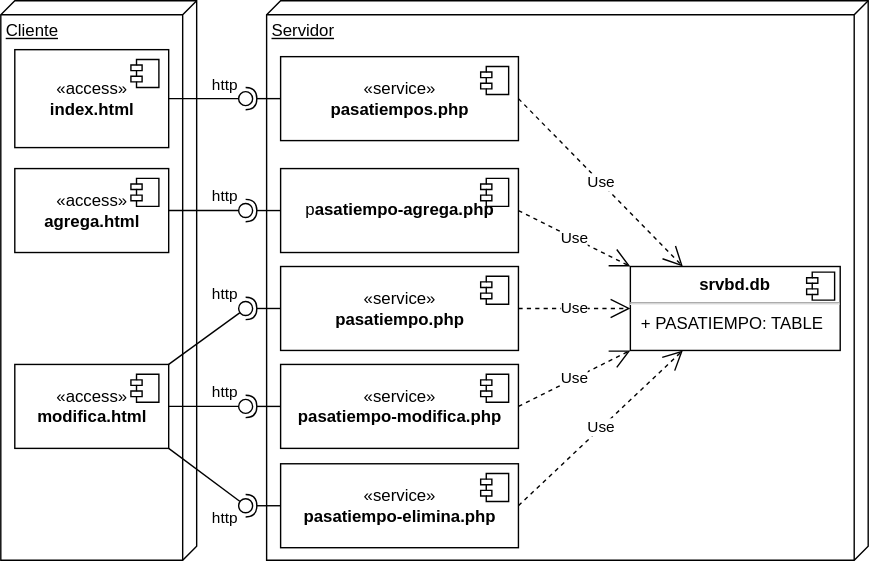
Before: img/m13bd/bddistribucion.drawio.svg, a diagram exported from draw.io (gilpgawoas/gilpgawoas.github.io). Source tidied: cells renumbered, new cells last; positions are measured from the earlier drawing's top-left corner, leaving out a move shared by most shapes.
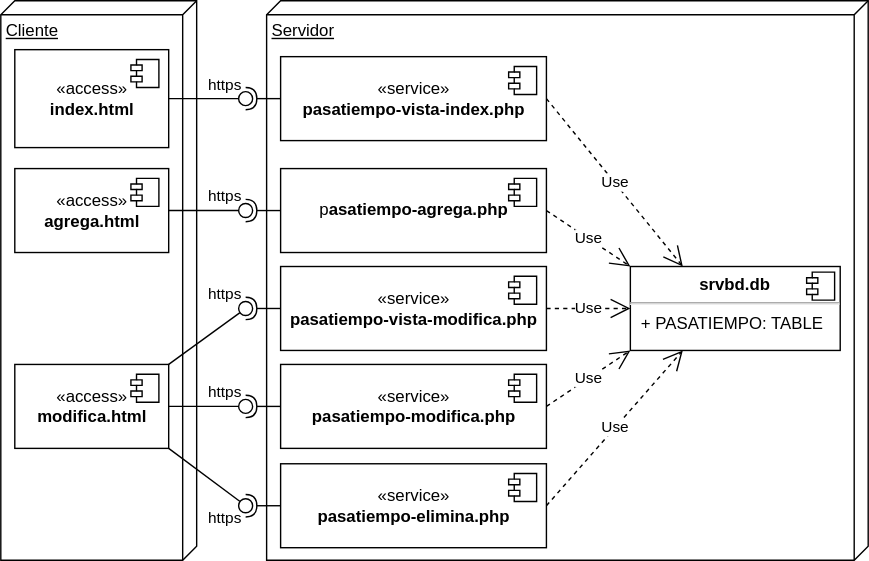
The same diagram one commit later.

Diff of the diagram source:
```diff
@@ -16,8 +16,8 @@
     <mxCell id="5" value="Servidor" style="verticalAlign=top;align=left;spacingTop=8;spacingLeft=2;spacingRight=12;shape=cube;size=10;direction=south;fontStyle=4;html=1;" parent="1" vertex="1">
       <mxGeometry x="190" width="430" height="400" as="geometry" />
     </mxCell>
-    <mxCell id="6" value="«service»&lt;br&gt;&lt;b&gt;pasatiempos.php&lt;/b&gt;" style="html=1;" parent="1" vertex="1">
-      <mxGeometry x="200" y="40" width="170" height="60" as="geometry" />
+    <mxCell id="6" value="«service»&lt;br&gt;&lt;b&gt;pasatiempo-vista-index.php&lt;/b&gt;" style="html=1;" parent="1" vertex="1">
+      <mxGeometry x="200" y="40" width="190" height="60" as="geometry" />
     </mxCell>
     <mxCell id="7" style="shape=module;jettyWidth=8;jettyHeight=4;" parent="6" vertex="1">
       <mxGeometry x="1" width="20" height="20" relative="1" as="geometry">
@@ -61,15 +61,15 @@
       </mxGeometry>
     </mxCell>
     <mxCell id="18" value="p&lt;b&gt;asatiempo-agrega.php&lt;/b&gt;" style="html=1;" parent="1" vertex="1">
-      <mxGeometry x="200" y="120" width="170" height="60" as="geometry" />
+      <mxGeometry x="200" y="120" width="190" height="60" as="geometry" />
     </mxCell>
     <mxCell id="19" style="shape=module;jettyWidth=8;jettyHeight=4;" parent="18" vertex="1">
       <mxGeometry x="1" width="20" height="20" relative="1" as="geometry">
         <mxPoint x="-27" y="7" as="offset" />
       </mxGeometry>
     </mxCell>
-    <mxCell id="20" value="«service»&lt;br&gt;&lt;b&gt;pasatiempo.php&lt;/b&gt;" style="html=1;" parent="1" vertex="1">
-      <mxGeometry x="200" y="190" width="170" height="60" as="geometry" />
+    <mxCell id="20" value="«service»&lt;br&gt;&lt;b&gt;pasatiempo-vista-modifica.php&lt;/b&gt;" style="html=1;" parent="1" vertex="1">
+      <mxGeometry x="200" y="190" width="190" height="60" as="geometry" />
     </mxCell>
     <mxCell id="21" style="shape=module;jettyWidth=8;jettyHeight=4;" parent="20" vertex="1">
       <mxGeometry x="1" width="20" height="20" relative="1" as="geometry">
@@ -77,7 +77,7 @@
       </mxGeometry>
     </mxCell>
     <mxCell id="22" value="«service»&lt;br&gt;&lt;b&gt;pasatiempo-modifica.php&lt;/b&gt;" style="html=1;" parent="1" vertex="1">
-      <mxGeometry x="200" y="260" width="170" height="60" as="geometry" />
+      <mxGeometry x="200" y="260" width="190" height="60" as="geometry" />
     </mxCell>
     <mxCell id="23" style="shape=module;jettyWidth=8;jettyHeight=4;" parent="22" vertex="1">
       <mxGeometry x="1" width="20" height="20" relative="1" as="geometry">
@@ -85,7 +85,7 @@
       </mxGeometry>
     </mxCell>
     <mxCell id="24" value="«service»&lt;br&gt;&lt;b&gt;pasatiempo-elimina.php&lt;/b&gt;" style="html=1;" parent="1" vertex="1">
-      <mxGeometry x="200" y="331" width="170" height="60" as="geometry" />
+      <mxGeometry x="200" y="331" width="190" height="60" as="geometry" />
     </mxCell>
     <mxCell id="25" style="shape=module;jettyWidth=8;jettyHeight=4;" parent="24" vertex="1">
       <mxGeometry x="1" width="20" height="20" relative="1" as="geometry">
@@ -95,7 +95,7 @@
     <mxCell id="26" value="Use" style="endArrow=open;endSize=12;dashed=1;html=1;rounded=0;exitX=1;exitY=0.5;exitDx=0;exitDy=0;entryX=0.25;entryY=0;entryDx=0;entryDy=0;" parent="1" edge="1" source="6" target="10">
       <mxGeometry relative="1" as="geometry" />
     </mxCell>
-    <mxCell id="27" value="http" style="rounded=0;jettySize=auto;html=1;endArrow=none;endFill=0;sketch=0;sourcePerimeterSpacing=0;targetPerimeterSpacing=0;exitX=1;exitY=0;exitDx=0;exitDy=0;" parent="1" edge="1" source="16" target="29">
+    <mxCell id="27" value="https" style="rounded=0;jettySize=auto;html=1;endArrow=none;endFill=0;sketch=0;sourcePerimeterSpacing=0;targetPerimeterSpacing=0;exitX=1;exitY=0;exitDx=0;exitDy=0;" parent="1" edge="1" source="16" target="29">
       <mxGeometry x="0.96" y="17" relative="1" as="geometry" />
     </mxCell>
     <mxCell id="28" style="rounded=0;jettySize=auto;html=1;endArrow=halfCircle;endFill=0;entryX=0.5;entryY=0.5;endSize=6;strokeWidth=1;sketch=0;exitX=0;exitY=0.5;exitDx=0;exitDy=0;" parent="1" edge="1" source="20" target="29">
@@ -104,7 +104,7 @@
     <mxCell id="29" style="ellipse;whiteSpace=wrap;html=1;align=center;points=[];outlineConnect=0;sketch=0;" parent="1" vertex="1">
       <mxGeometry x="170" y="215" width="10" height="10" as="geometry" />
     </mxCell>
-    <mxCell id="30" value="http" style="rounded=0;jettySize=auto;html=1;endArrow=none;endFill=0;sketch=0;sourcePerimeterSpacing=0;targetPerimeterSpacing=0;exitX=1;exitY=0.5;exitDx=0;exitDy=0;" parent="1" edge="1" source="16" target="32">
+    <mxCell id="30" value="https" style="rounded=0;jettySize=auto;html=1;endArrow=none;endFill=0;sketch=0;sourcePerimeterSpacing=0;targetPerimeterSpacing=0;exitX=1;exitY=0.5;exitDx=0;exitDy=0;" parent="1" edge="1" source="16" target="32">
       <mxGeometry x="0.6" y="10" relative="1" as="geometry" />
     </mxCell>
     <mxCell id="31" style="rounded=0;jettySize=auto;html=1;endArrow=halfCircle;endFill=0;entryX=0.5;entryY=0.5;endSize=6;strokeWidth=1;sketch=0;exitX=0;exitY=0.5;exitDx=0;exitDy=0;" parent="1" edge="1" source="22" target="32">
@@ -113,7 +113,7 @@
     <mxCell id="32" style="ellipse;whiteSpace=wrap;html=1;align=center;points=[];outlineConnect=0;sketch=0;" parent="1" vertex="1">
       <mxGeometry x="170" y="285" width="10" height="10" as="geometry" />
     </mxCell>
-    <mxCell id="33" value="http" style="rounded=0;jettySize=auto;html=1;endArrow=none;endFill=0;sketch=0;sourcePerimeterSpacing=0;targetPerimeterSpacing=0;exitX=1;exitY=1;exitDx=0;exitDy=0;" parent="1" edge="1" source="16" target="35">
+    <mxCell id="33" value="https" style="rounded=0;jettySize=auto;html=1;endArrow=none;endFill=0;sketch=0;sourcePerimeterSpacing=0;targetPerimeterSpacing=0;exitX=1;exitY=1;exitDx=0;exitDy=0;" parent="1" edge="1" source="16" target="35">
       <mxGeometry x="0.95" y="-16" relative="1" as="geometry" />
     </mxCell>
     <mxCell id="34" style="rounded=0;jettySize=auto;html=1;endArrow=halfCircle;endFill=0;entryX=0.5;entryY=0.5;endSize=6;strokeWidth=1;sketch=0;exitX=0;exitY=0.5;exitDx=0;exitDy=0;" parent="1" edge="1" source="24" target="35">
@@ -122,7 +122,7 @@
     <mxCell id="35" style="ellipse;whiteSpace=wrap;html=1;align=center;points=[];outlineConnect=0;sketch=0;" parent="1" vertex="1">
       <mxGeometry x="170" y="356" width="10" height="10" as="geometry" />
     </mxCell>
-    <mxCell id="36" value="http" style="rounded=0;jettySize=auto;html=1;endArrow=none;endFill=0;sketch=0;sourcePerimeterSpacing=0;targetPerimeterSpacing=0;exitX=1;exitY=0.5;exitDx=0;exitDy=0;" parent="1" edge="1" source="14" target="38">
+    <mxCell id="36" value="https" style="rounded=0;jettySize=auto;html=1;endArrow=none;endFill=0;sketch=0;sourcePerimeterSpacing=0;targetPerimeterSpacing=0;exitX=1;exitY=0.5;exitDx=0;exitDy=0;" parent="1" edge="1" source="14" target="38">
       <mxGeometry x="0.6" y="10" relative="1" as="geometry" />
     </mxCell>
     <mxCell id="37" style="rounded=0;jettySize=auto;html=1;endArrow=halfCircle;endFill=0;entryX=0.5;entryY=0.5;endSize=6;strokeWidth=1;sketch=0;exitX=0;exitY=0.5;exitDx=0;exitDy=0;" parent="1" edge="1" source="18" target="38">
@@ -131,7 +131,7 @@
     <mxCell id="38" style="ellipse;whiteSpace=wrap;html=1;align=center;points=[];outlineConnect=0;sketch=0;" parent="1" vertex="1">
       <mxGeometry x="170" y="145" width="10" height="10" as="geometry" />
     </mxCell>
-    <mxCell id="39" value="http" style="rounded=0;jettySize=auto;html=1;endArrow=none;endFill=0;sketch=0;sourcePerimeterSpacing=0;targetPerimeterSpacing=0;exitX=1;exitY=0.5;exitDx=0;exitDy=0;" parent="1" edge="1" source="3" target="41">
+    <mxCell id="39" value="https" style="rounded=0;jettySize=auto;html=1;endArrow=none;endFill=0;sketch=0;sourcePerimeterSpacing=0;targetPerimeterSpacing=0;exitX=1;exitY=0.5;exitDx=0;exitDy=0;" parent="1" edge="1" source="3" target="41">
       <mxGeometry x="0.6" y="10" relative="1" as="geometry" />
     </mxCell>
     <mxCell id="40" style="rounded=0;jettySize=auto;html=1;endArrow=halfCircle;endFill=0;entryX=0.5;entryY=0.5;endSize=6;strokeWidth=1;sketch=0;exitX=0;exitY=0.5;exitDx=0;exitDy=0;" parent="1" edge="1" source="6" target="41">
```
